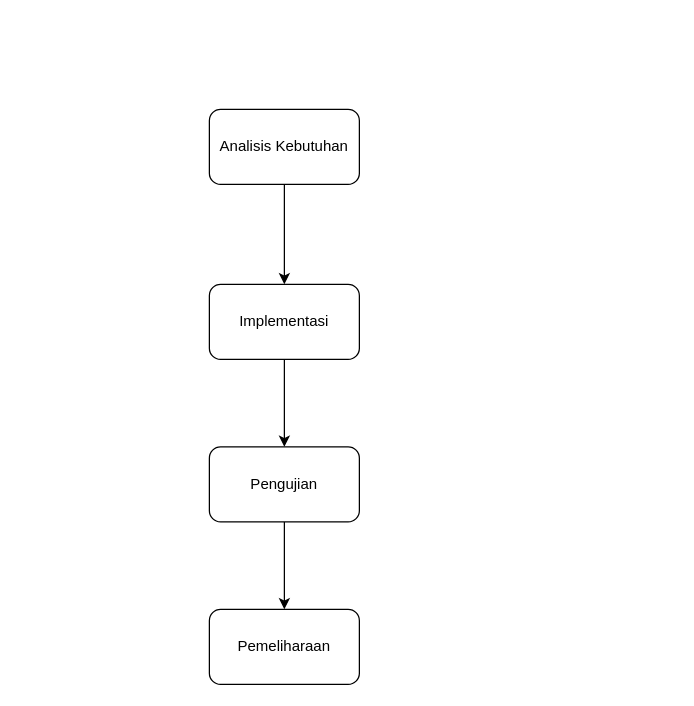
Earlier version of the draw.io diagram metode_penelitian.drawio (juanangelaalma/uml). Source tidied: cells renumbered, new cells numbered last; positions are measured from the earlier drawing's top-left corner, leaving out a move shared by most shapes. Both pictures are drawn from the tidied source at 125%, with x=0, y=0 at pixel (209, 109).
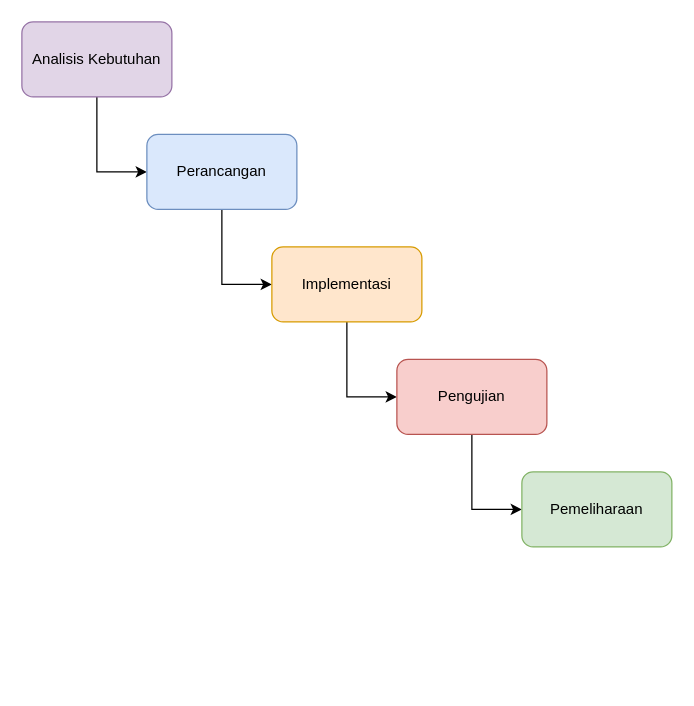
The same page after the edit.

The edit, as a diff of the source:
```diff
@@
 <mxGraphModel>
   <root>
     <mxCell id="0" />
     <mxCell id="1" parent="0" />
-    <mxCell id="2" style="edgeStyle=orthogonalEdgeStyle;rounded=0;jettySize=auto;html=1;entryX=0.5;entryY=0;entryDx=0;entryDy=0;" parent="1" edge="1" source="3" target="5">
-      <mxGeometry relative="1" as="geometry" />
-    </mxCell>
+    <mxCell id="9" style="edgeStyle=orthogonalEdgeStyle;rounded=0;jettySize=auto;html=1;entryX=0;entryY=0.5;entryDx=0;entryDy=0;" parent="1" edge="1" source="3" target="11">
+      <mxGeometry relative="1" as="geometry" />
+    </mxCell>
-    <mxCell id="3" value="Analisis Kebutuhan" style="rounded=1;whiteSpace=wrap;html=1;" parent="1" vertex="1">
-      <mxGeometry width="120" height="60" as="geometry" />
+    <mxCell id="3" value="Analisis Kebutuhan" style="rounded=1;whiteSpace=wrap;html=1;fillColor=#e1d5e7;strokeColor=#9673a6;" parent="1" vertex="1">
+      <mxGeometry x="-150" y="-70" width="120" height="60" as="geometry" />
     </mxCell>
+    <mxCell id="10" style="edgeStyle=orthogonalEdgeStyle;rounded=0;jettySize=auto;html=1;entryX=0;entryY=0.5;entryDx=0;entryDy=0;" parent="1" edge="1" source="11" target="5">
+      <mxGeometry relative="1" as="geometry" />
+    </mxCell>
+    <mxCell id="11" value="Perancangan" style="rounded=1;whiteSpace=wrap;html=1;fillColor=#dae8fc;strokeColor=#6c8ebf;" parent="1" vertex="1">
+      <mxGeometry x="-50" y="20" width="120" height="60" as="geometry" />
+    </mxCell>
-    <mxCell id="4" style="edgeStyle=orthogonalEdgeStyle;rounded=0;jettySize=auto;html=1;entryX=0.5;entryY=0;entryDx=0;entryDy=0;" parent="1" edge="1" source="5" target="7">
+    <mxCell id="4" style="edgeStyle=orthogonalEdgeStyle;rounded=0;jettySize=auto;html=1;entryX=0;entryY=0.5;entryDx=0;entryDy=0;" parent="1" edge="1" source="5" target="7">
       <mxGeometry relative="1" as="geometry" />
     </mxCell>
-    <mxCell id="5" value="Implementasi" style="rounded=1;whiteSpace=wrap;html=1;" parent="1" vertex="1">
-      <mxGeometry y="140" width="120" height="60" as="geometry" />
+    <mxCell id="5" value="Implementasi" style="rounded=1;whiteSpace=wrap;html=1;fillColor=#ffe6cc;strokeColor=#d79b00;" parent="1" vertex="1">
+      <mxGeometry x="50" y="110" width="120" height="60" as="geometry" />
     </mxCell>
-    <mxCell id="6" style="edgeStyle=orthogonalEdgeStyle;rounded=0;jettySize=auto;html=1;" parent="1" edge="1" source="7" target="8">
+    <mxCell id="6" style="edgeStyle=orthogonalEdgeStyle;rounded=0;jettySize=auto;html=1;entryX=0;entryY=0.5;entryDx=0;entryDy=0;" parent="1" edge="1" source="7" target="8">
       <mxGeometry relative="1" as="geometry" />
     </mxCell>
-    <mxCell id="7" value="Pengujian" style="rounded=1;whiteSpace=wrap;html=1;" parent="1" vertex="1">
-      <mxGeometry y="270" width="120" height="60" as="geometry" />
+    <mxCell id="7" value="Pengujian" style="rounded=1;whiteSpace=wrap;html=1;fillColor=#f8cecc;strokeColor=#b85450;" parent="1" vertex="1">
+      <mxGeometry x="150" y="200" width="120" height="60" as="geometry" />
     </mxCell>
-    <mxCell id="8" value="Pemeliharaan" style="rounded=1;whiteSpace=wrap;html=1;" parent="1" vertex="1">
-      <mxGeometry y="400" width="120" height="60" as="geometry" />
+    <mxCell id="8" value="Pemeliharaan" style="rounded=1;whiteSpace=wrap;html=1;fillColor=#d5e8d4;strokeColor=#82b366;" parent="1" vertex="1">
+      <mxGeometry x="250" y="290" width="120" height="60" as="geometry" />
     </mxCell>
   </root>
 </mxGraphModel>
```
